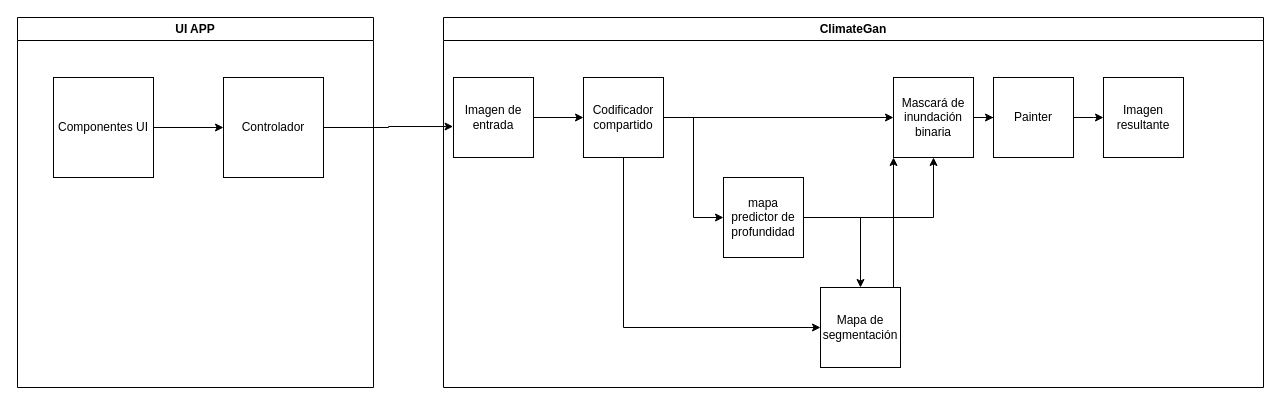
Above: tesis.drawio in Hualmss/diagramas-pis (draw.io), before the change. Source tidied: cells renumbered, new cells numbered last; positions are measured from the earlier drawing's top-left corner, leaving out a move shared by most shapes. Both pictures are drawn from the tidied source at 100%, with x=0, y=0 at pixel (17, 17).
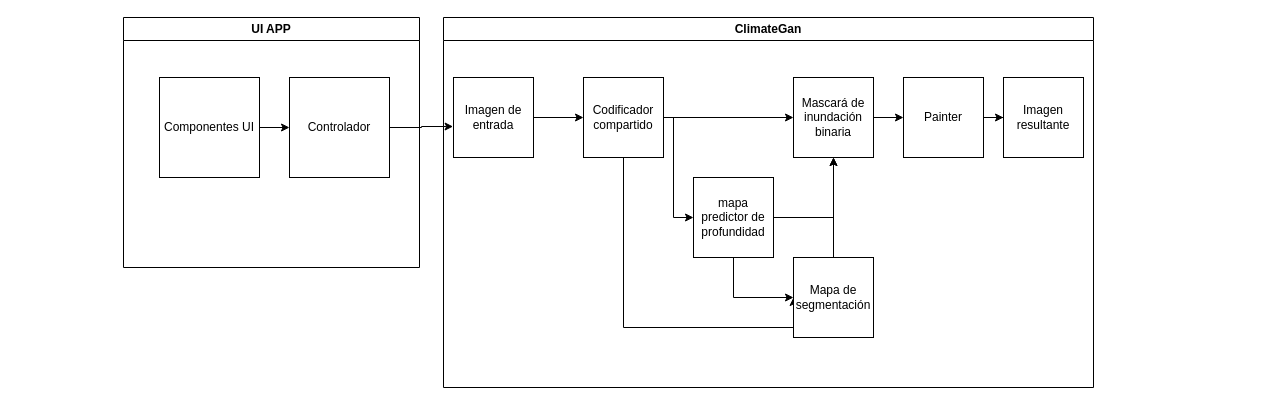
The same diagram, later.

The change refers to these unchanged cells:
```xml
<mxCell id="10" value="Codificador compartido" style="whiteSpace=wrap;html=1;" parent="6" vertex="1">
  <mxGeometry x="140" y="60" width="80" height="80" as="geometry" />
</mxCell>
```

What changed in the source:
```diff
@@
     <mxCell id="2" value="UI APP" style="swimlane;whiteSpace=wrap;html=1;" parent="1" vertex="1">
-      <mxGeometry width="356" height="370" as="geometry" />
+      <mxGeometry x="106" width="296" height="250" as="geometry" />
     </mxCell>
@@
     <mxCell id="5" value="Controlador" style="whiteSpace=wrap;html=1;" parent="2" vertex="1">
-      <mxGeometry x="206" y="60" width="100" height="100" as="geometry" />
+      <mxGeometry x="166" y="60" width="100" height="100" as="geometry" />
     </mxCell>
     <mxCell id="6" value="ClimateGan" style="swimlane;whiteSpace=wrap;html=1;" parent="1" vertex="1">
-      <mxGeometry x="426" width="820" height="370" as="geometry" />
+      <mxGeometry x="426" width="650" height="370" as="geometry" />
     </mxCell>
     <mxCell id="7" style="edgeStyle=orthogonalEdgeStyle;rounded=0;jettySize=auto;html=1;entryX=0;entryY=0.5;entryDx=0;entryDy=0;" parent="6" edge="1" source="10" target="13">
-      <mxGeometry relative="1" as="geometry" />
+      <mxGeometry relative="1" as="geometry">
+        <Array as="points">
+          <mxPoint x="230" y="100" />
+          <mxPoint x="230" y="200" />
+        </Array>
+      </mxGeometry>
     </mxCell>
@@
-    <mxCell id="11" style="edgeStyle=orthogonalEdgeStyle;rounded=0;jettySize=auto;html=1;" parent="6" edge="1" source="13" target="15">
+    <mxCell id="11" style="edgeStyle=orthogonalEdgeStyle;rounded=0;jettySize=auto;html=1;exitX=0.5;exitY=1;exitDx=0;exitDy=0;" parent="6" edge="1" source="13" target="15">
       <mxGeometry relative="1" as="geometry" />
     </mxCell>
@@
     <mxCell id="13" value="mapa predictor de profundidad" style="whiteSpace=wrap;html=1;" parent="6" vertex="1">
-      <mxGeometry x="280" y="160" width="80" height="80" as="geometry" />
+      <mxGeometry x="250" y="160" width="80" height="80" as="geometry" />
     </mxCell>
     <mxCell id="14" style="edgeStyle=orthogonalEdgeStyle;rounded=0;jettySize=auto;html=1;" parent="6" edge="1" source="15" target="17">
       <mxGeometry relative="1" as="geometry">
         <Array as="points">
-          <mxPoint x="450" y="300" />
+          <mxPoint x="390" y="190" />
+          <mxPoint x="390" y="190" />
         </Array>
       </mxGeometry>
     </mxCell>
     <mxCell id="15" value="Mapa de segmentación" style="whiteSpace=wrap;html=1;" parent="6" vertex="1">
-      <mxGeometry x="377" y="270" width="80" height="80" as="geometry" />
+      <mxGeometry x="350" y="240" width="80" height="80" as="geometry" />
     </mxCell>
@@
     <mxCell id="17" value="Mascará de inundación binaria" style="whiteSpace=wrap;html=1;" parent="6" vertex="1">
-      <mxGeometry x="450" y="60" width="80" height="80" as="geometry" />
+      <mxGeometry x="350" y="60" width="80" height="80" as="geometry" />
     </mxCell>
-    <mxCell id="18" style="edgeStyle=orthogonalEdgeStyle;rounded=0;jettySize=auto;html=1;entryX=0;entryY=0.5;entryDx=0;entryDy=0;" parent="6" edge="1" source="19">
-      <mxGeometry relative="1" as="geometry">
-        <mxPoint x="660" y="100" as="targetPoint" />
-      </mxGeometry>
-    </mxCell>
+    <mxCell id="24" style="edgeStyle=orthogonalEdgeStyle;rounded=0;jettySize=auto;html=1;entryX=0;entryY=0.5;entryDx=0;entryDy=0;" parent="6" edge="1" source="19" target="20">
+      <mxGeometry relative="1" as="geometry" />
+    </mxCell>
     <mxCell id="19" value="Painter" style="whiteSpace=wrap;html=1;" parent="6" vertex="1">
-      <mxGeometry x="550" y="60" width="80" height="80" as="geometry" />
+      <mxGeometry x="460" y="60" width="80" height="80" as="geometry" />
     </mxCell>
     <mxCell id="20" value="Imagen resultante" style="whiteSpace=wrap;html=1;" parent="6" vertex="1">
-      <mxGeometry x="660" y="60" width="80" height="80" as="geometry" />
+      <mxGeometry x="560" y="60" width="80" height="80" as="geometry" />
     </mxCell>
```
